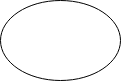
Earlier version of the draw.io export testi.png (Newsky7/drawio). Source tidied: cells renumbered, new cells last; positions are measured from the earlier drawing's top-left corner, leaving out a move shared by most shapes.
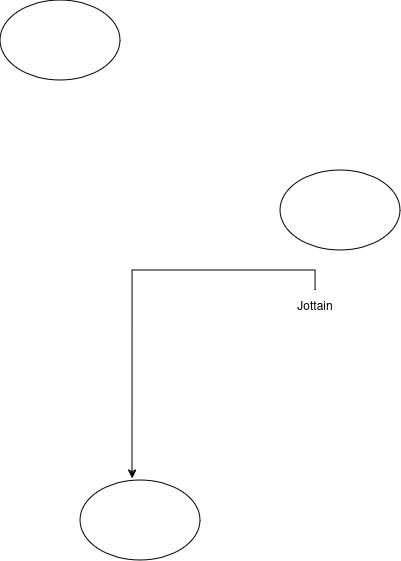
The same diagram one commit later.

The edit, as a diff of the source:
```diff
@@ -5,5 +5,17 @@
     <mxCell id="2" style="ellipse;whiteSpace=wrap;html=1;" parent="1" vertex="1">
       <mxGeometry width="120" height="80" as="geometry" />
     </mxCell>
+    <mxCell id="3" style="ellipse;whiteSpace=wrap;html=1;" parent="1" vertex="1">
+      <mxGeometry x="-280" y="-170" width="120" height="80" as="geometry" />
+    </mxCell>
+    <mxCell id="4" style="ellipse;whiteSpace=wrap;html=1;" parent="1" vertex="1">
+      <mxGeometry x="-200" y="310" width="120" height="80" as="geometry" />
+    </mxCell>
+    <mxCell id="5" style="edgeStyle=orthogonalEdgeStyle;rounded=0;jettySize=auto;html=1;exitX=0.5;exitY=0;exitDx=0;exitDy=0;entryX=0.433;entryY=-0.025;entryDx=0;entryDy=0;entryPerimeter=0;" parent="1" edge="1" source="6" target="4">
+      <mxGeometry relative="1" as="geometry" />
+    </mxCell>
+    <mxCell id="6" value="Jottain" style="text;html=1;align=center;verticalAlign=middle;whiteSpace=wrap;rounded=0;" parent="1" vertex="1">
+      <mxGeometry x="5" y="120" width="60" height="30" as="geometry" />
+    </mxCell>
   </root>
 </mxGraphModel>
```
